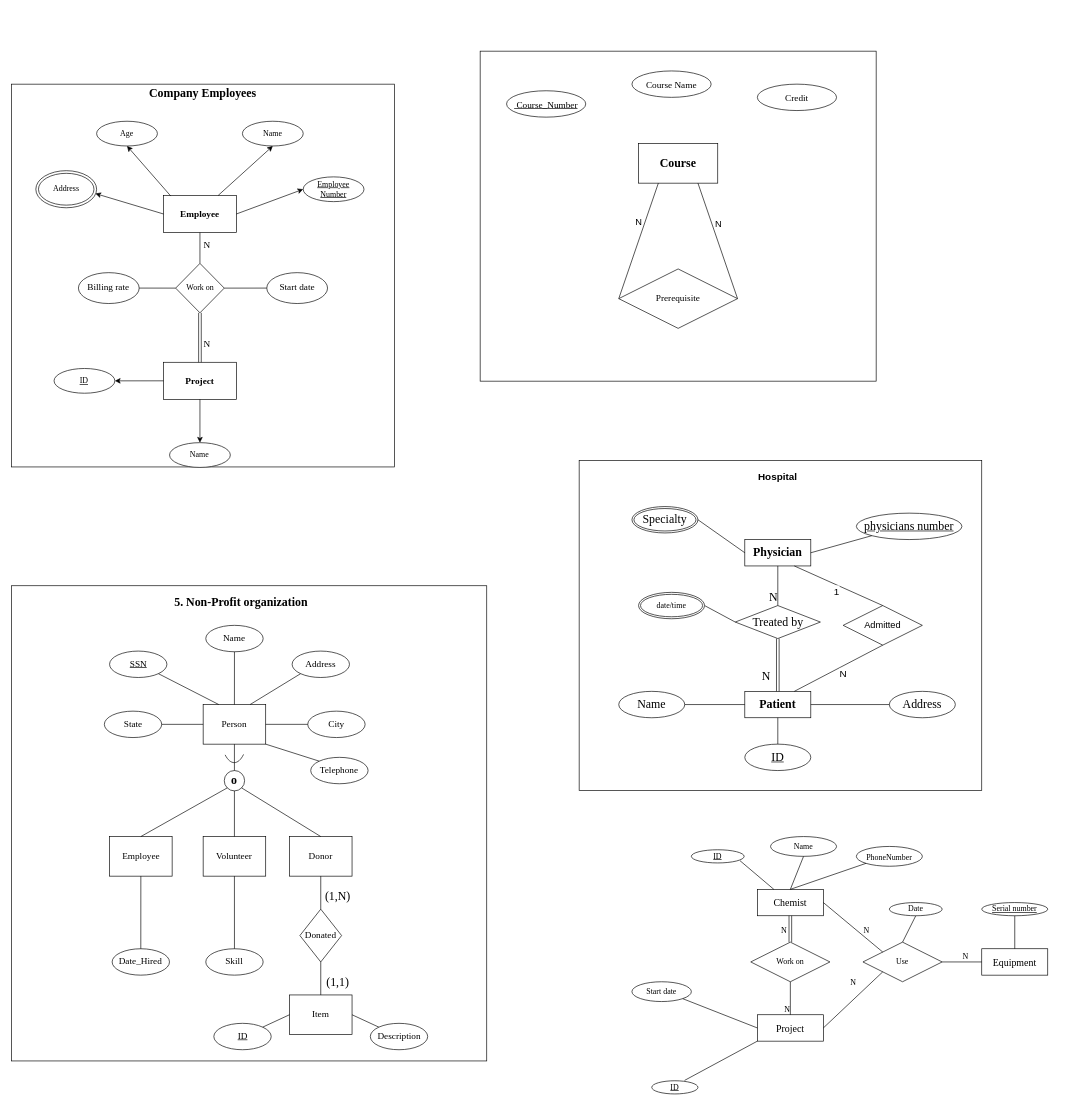
This is db-lab1.drawio from thanhdxuan/dbms-lab, a draw.io file, before an edit. Source tidied: cells renumbered, new cells numbered last; positions are measured from the earlier drawing's top-left corner, leaving out a move shared by most shapes. Both pictures are drawn from the tidied source at 66%, with x=0, y=0 at pixel (11, 51).
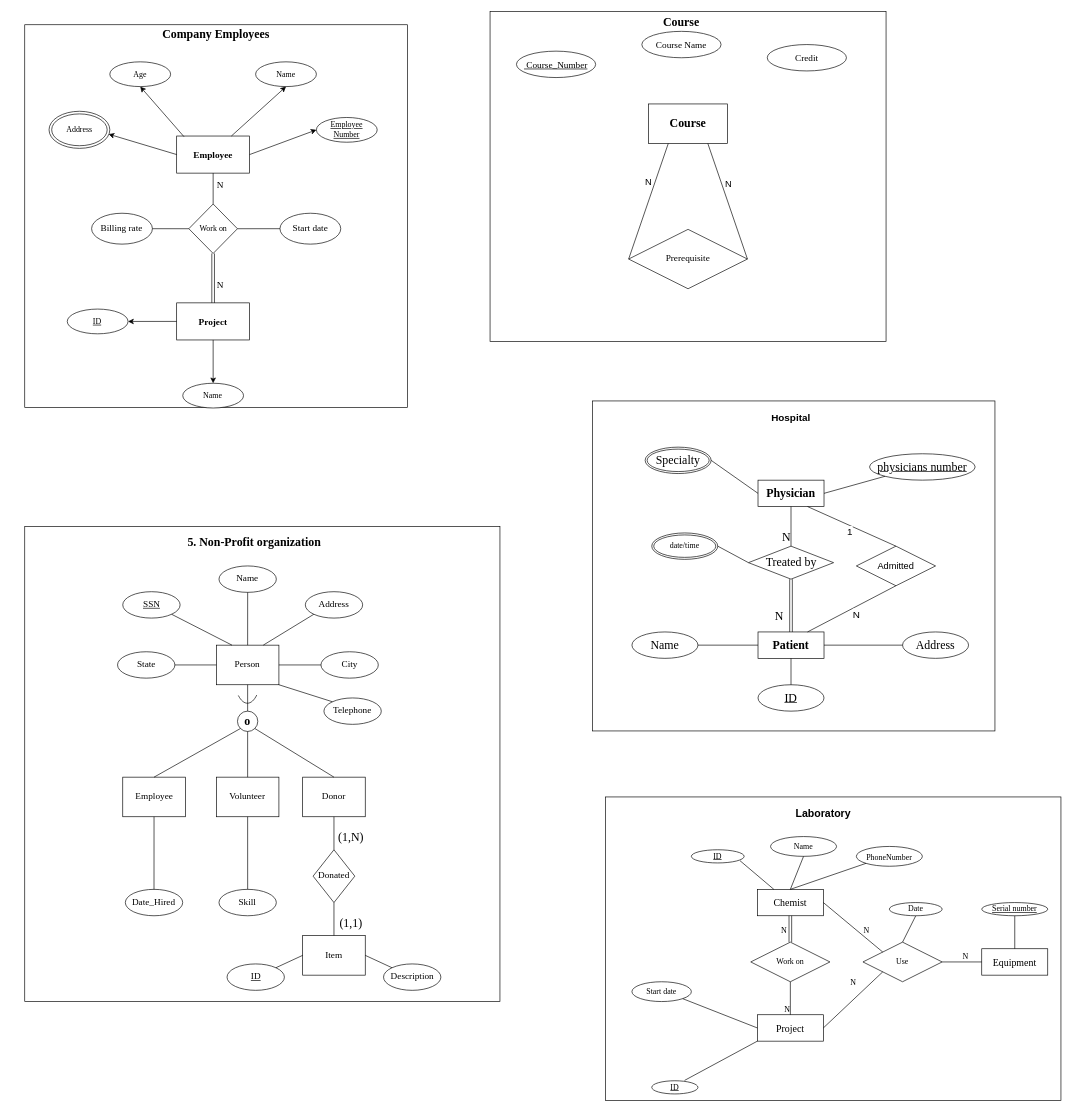
After the change.

Diff of the diagram source:
```diff
@@
+    <mxCell id="135" style="rounded=0;whiteSpace=wrap;html=1;" parent="1" vertex="1">
+      <mxGeometry x="900" y="1130" width="690" height="460" as="geometry" />
+    </mxCell>
     <mxCell id="2" style="group;" parent="1" vertex="1">
-      <mxGeometry y="50" width="580" height="590" as="geometry" />
+      <mxGeometry x="20" y="-40" width="580" height="590" as="geometry" />
     </mxCell>
@@
     <mxCell id="28" style="group;" parent="1" vertex="1">
-      <mxGeometry x="710" width="600" height="500" as="geometry" />
+      <mxGeometry x="725" y="-60" width="600" height="500" as="geometry" />
     </mxCell>
@@
+    <mxCell id="136" value="&lt;b style=&quot;font-size: 18px;&quot;&gt;Course&lt;/b&gt;" style="text;html=1;strokeColor=none;fillColor=none;align=center;verticalAlign=middle;whiteSpace=wrap;rounded=0;fontFamily=Times New Roman;fontSize=14;fontStyle=1;" parent="28" vertex="1">
+      <mxGeometry x="200.2" y="1.9" width="179.5" height="28.1" as="geometry" />
+    </mxCell>
     <mxCell id="39" style="group;" parent="1" vertex="1">
-      <mxGeometry y="810" width="720" height="720" as="geometry" />
+      <mxGeometry x="20" y="720" width="720" height="720" as="geometry" />
     </mxCell>
@@
     <mxCell id="78" style="group;" parent="1" vertex="1">
-      <mxGeometry x="860" y="620" width="610" height="500" as="geometry" />
+      <mxGeometry x="880" y="530" width="610" height="500" as="geometry" />
     </mxCell>
@@
+    <mxCell id="137" value="&lt;b style=&quot;font-size: 16px;&quot;&gt;Laboratory&lt;/b&gt;" style="text;html=1;strokeColor=none;fillColor=none;align=center;verticalAlign=middle;whiteSpace=wrap;rounded=0;fontSize=16;" parent="1" vertex="1">
+      <mxGeometry x="1200" y="1140" width="60" height="30" as="geometry" />
+    </mxCell>
```
